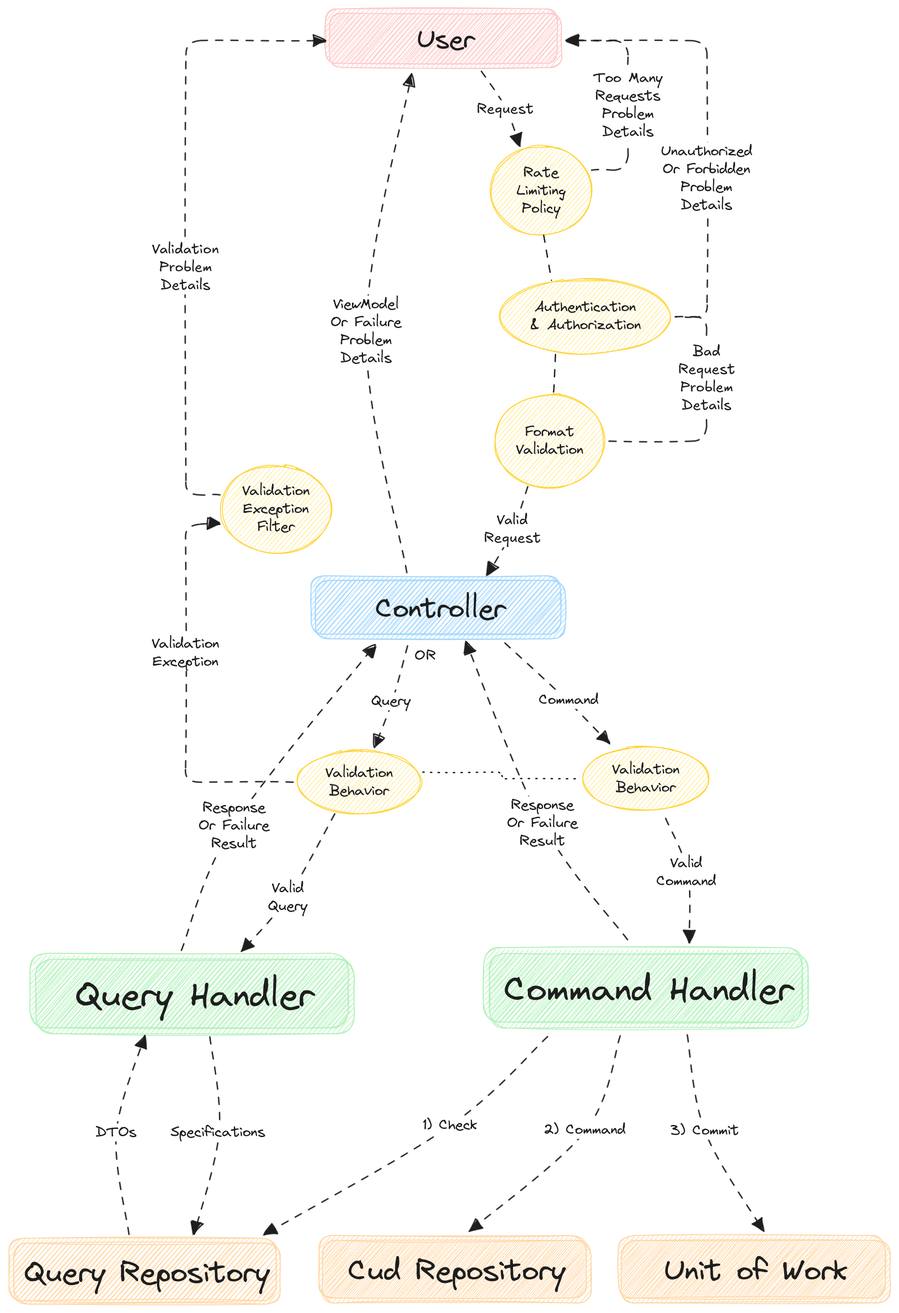
This is assets/diagrams/Excalidraw-RequestFlow.png from DotNetBackendTraining/travel-and-accommodation-booking-platform, a Excalidraw export, as it was before one commit. Source tidied: one line per element, renumbered; positions are measured from the earlier drawing's top-left corner, leaving out a move shared by most shapes.
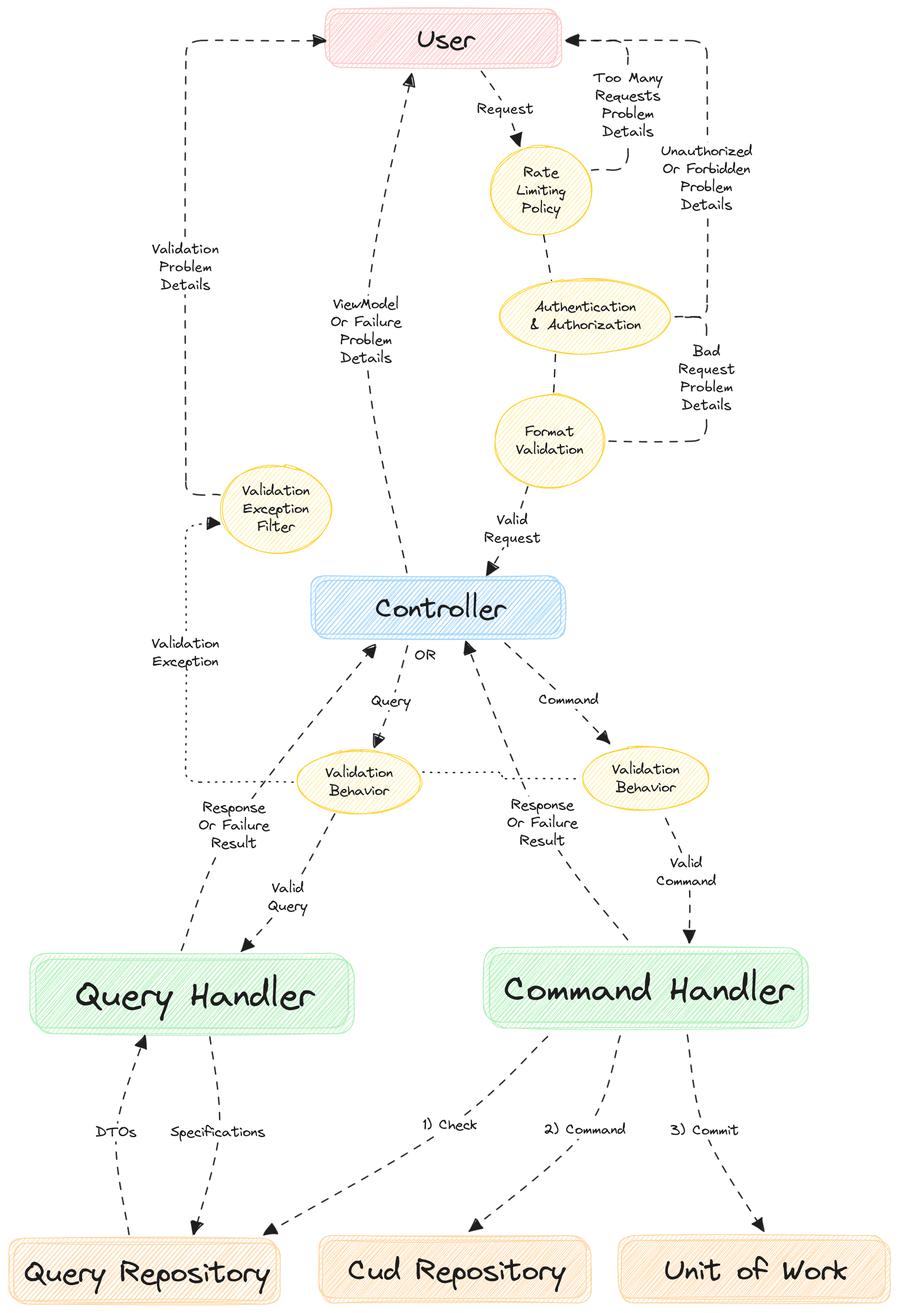
The same diagram one commit later.

What changed in the source:
```diff
@@ -19,7 +19,7 @@
 {"id": 18, "type": "text", "text": "Authentication\n& Authorization", "strokeColor": "#1e1e1e", "backgroundColor": "#b2f2bb", "fillStyle": "hachure", "strokeWidth": 1, "strokeStyle": "dashed", "roughness": 1, "fontSize": 16, "fontFamily": 1, "textAlign": "center", "verticalAlign": "middle", "inside": 17, "x": 580, "y": 322, "width": 125, "height": 40}
 {"id": 19, "type": "arrow", "strokeColor": "#1e1e1e", "backgroundColor": "#ffd8a8", "fillStyle": "hachure", "strokeWidth": 1, "strokeStyle": "dashed", "roughness": 1, "from": 17, "to": 15, "x": 742, "y": 343, "width": 156, "height": 308, "points": [[0, 0], [35, 0], [35, -308], [-121, -308]]}
 {"id": 20, "type": "text", "text": "Unauthorized\nOr Forbidden\nProblem\nDetails", "strokeColor": "#1e1e1e", "backgroundColor": "#ffd8a8", "fillStyle": "hachure", "strokeWidth": 1, "strokeStyle": "dashed", "roughness": 1, "fontSize": 16, "fontFamily": 1, "textAlign": "center", "verticalAlign": "middle", "inside": 19, "x": 663, "y": 336, "width": 102, "height": 80}
-{"id": 21, "type": "arrow", "strokeColor": "#1e1e1e", "backgroundColor": "#ffd8a8", "fillStyle": "hachure", "strokeWidth": 1, "strokeStyle": "dashed", "roughness": 1, "endArrowhead": "triangle", "from": 53, "to": 34, "x": 317, "y": 861, "width": 120, "height": 287, "points": [[0, 0], [-120, 0], [-120, -287], [-82, -287]]}
+{"id": 21, "type": "arrow", "strokeColor": "#1e1e1e", "backgroundColor": "#ffd8a8", "fillStyle": "hachure", "strokeWidth": 1, "strokeStyle": "dotted", "roughness": 1, "endArrowhead": "triangle", "from": 53, "to": 34, "x": 317, "y": 861, "width": 120, "height": 287, "points": [[0, 0], [-120, 0], [-120, -287], [-82, -287]]}
 {"id": 22, "type": "text", "text": "Validation\nException", "strokeColor": "#1e1e1e", "backgroundColor": "#ffd8a8", "fillStyle": "hachure", "strokeWidth": 1, "strokeStyle": "dashed", "roughness": 1, "fontSize": 16, "fontFamily": 1, "textAlign": "center", "verticalAlign": "middle", "inside": 21, "x": 159, "y": 693, "width": 75, "height": 40}
 {"id": 23, "type": "rectangle", "strokeColor": "#ffd8a8", "backgroundColor": "#ffd8a8", "fillStyle": "hachure", "strokeWidth": 1, "roughness": 1, "round": true, "x": 0, "y": 1370, "width": 298, "height": 70}
 {"id": 24, "type": "rectangle", "strokeColor": "#ffd8a8", "backgroundColor": "#ffd8a8", "fillStyle": "hachure", "strokeWidth": 1, "roughness": 1, "round": true, "x": 5, "y": 1375, "width": 297, "height": 68}
```
